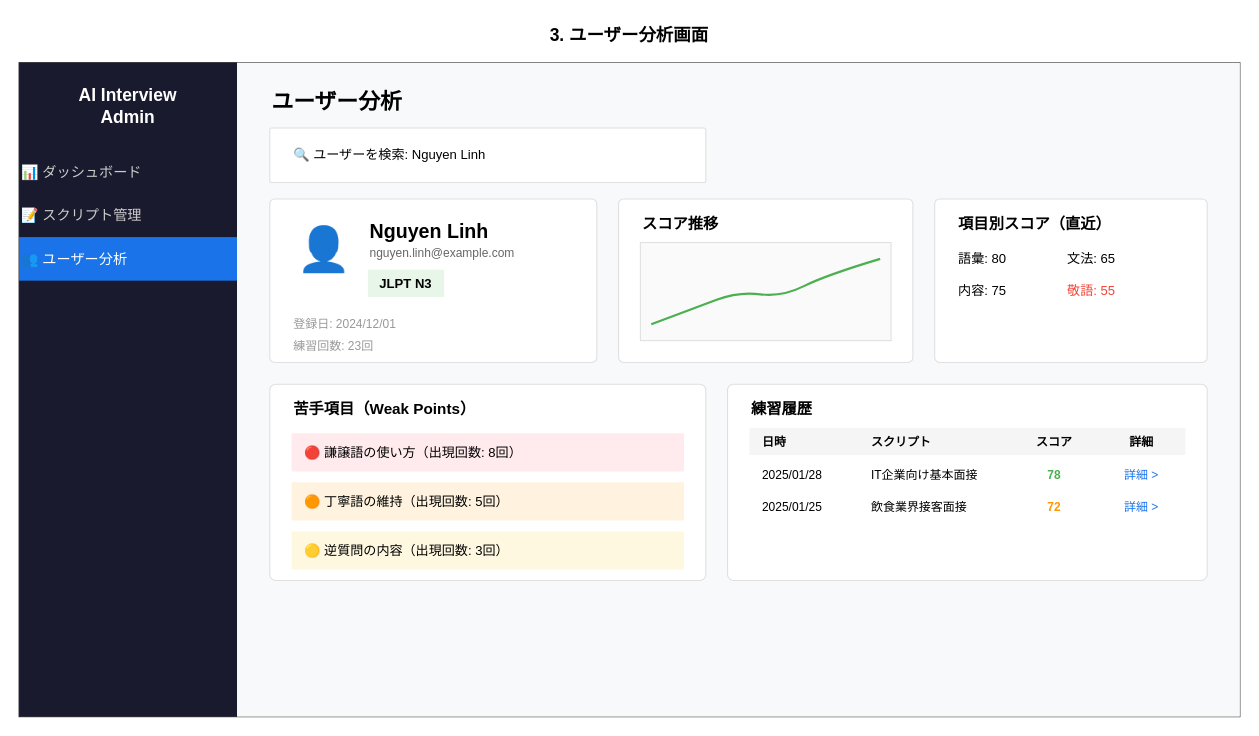
yoshidasendai115/ai-interview keeps this draw.io diagram as docs/images/画面設計書_3.3_ユーザー分析.drawio. Above is the earlier version. Source tidied: cells renumbered, new cells numbered last; positions are measured from the earlier drawing's top-left corner, leaving out a move shared by most shapes. Both pictures are drawn from the tidied source at 109%, with x=0, y=0 at pixel (19, 19).
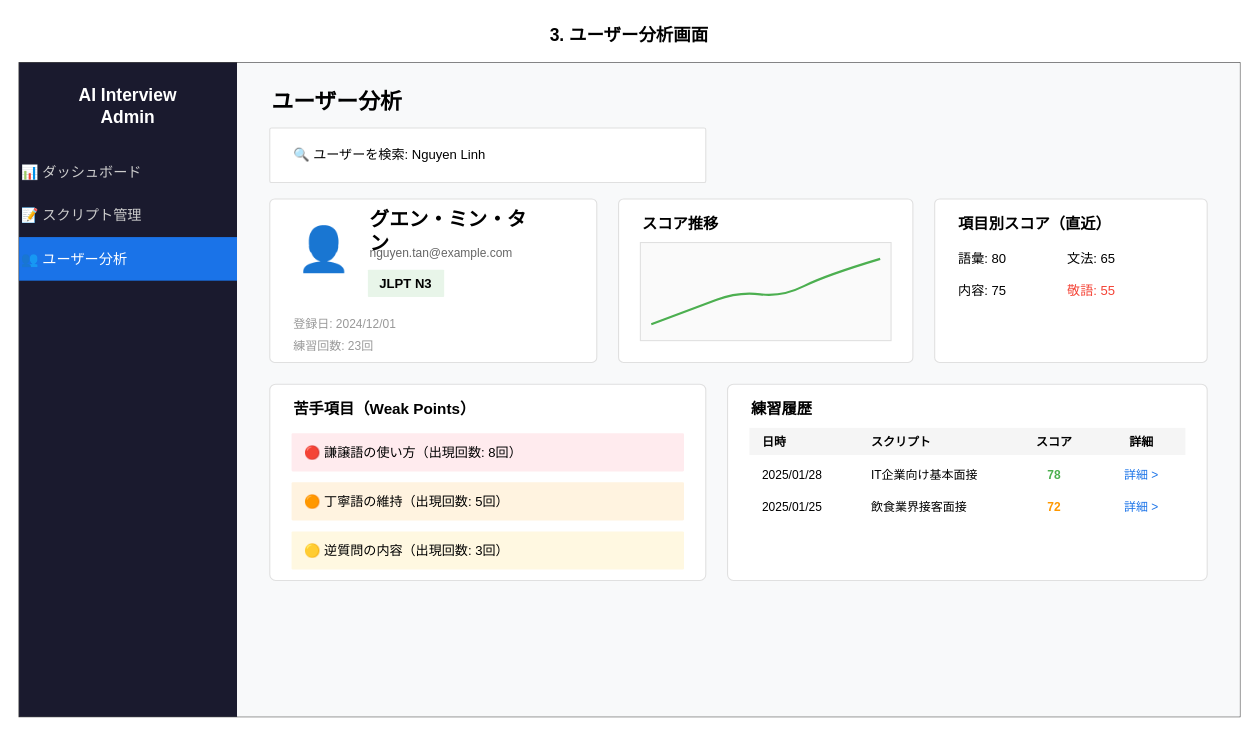
The same diagram, later.

The edit, as a diff of the source:
```diff
@@
-    <mxCell id="14" value="Nguyen Linh" style="text;html=1;strokeColor=none;fillColor=none;align=left;verticalAlign=middle;whiteSpace=wrap;rounded=0;fontSize=18;fontStyle=1;" parent="1" vertex="1">
+    <mxCell id="14" value="グエン・ミン・タン" style="text;html=1;strokeColor=none;fillColor=none;align=left;verticalAlign=middle;whiteSpace=wrap;rounded=0;fontSize=18;fontStyle=1;" parent="1" vertex="1">
       <mxGeometry x="320" y="180" width="150" height="30" as="geometry" />
     </mxCell>
-    <mxCell id="15" value="nguyen.linh@example.com" style="text;html=1;strokeColor=none;fillColor=none;align=left;verticalAlign=middle;whiteSpace=wrap;rounded=0;fontSize=11;fontColor=#666666;" parent="1" vertex="1">
+    <mxCell id="15" value="nguyen.tan@example.com" style="text;html=1;strokeColor=none;fillColor=none;align=left;verticalAlign=middle;whiteSpace=wrap;rounded=0;fontSize=11;fontColor=#666666;" parent="1" vertex="1">
       <mxGeometry x="320" y="205" width="180" height="20" as="geometry" />
     </mxCell>
```
